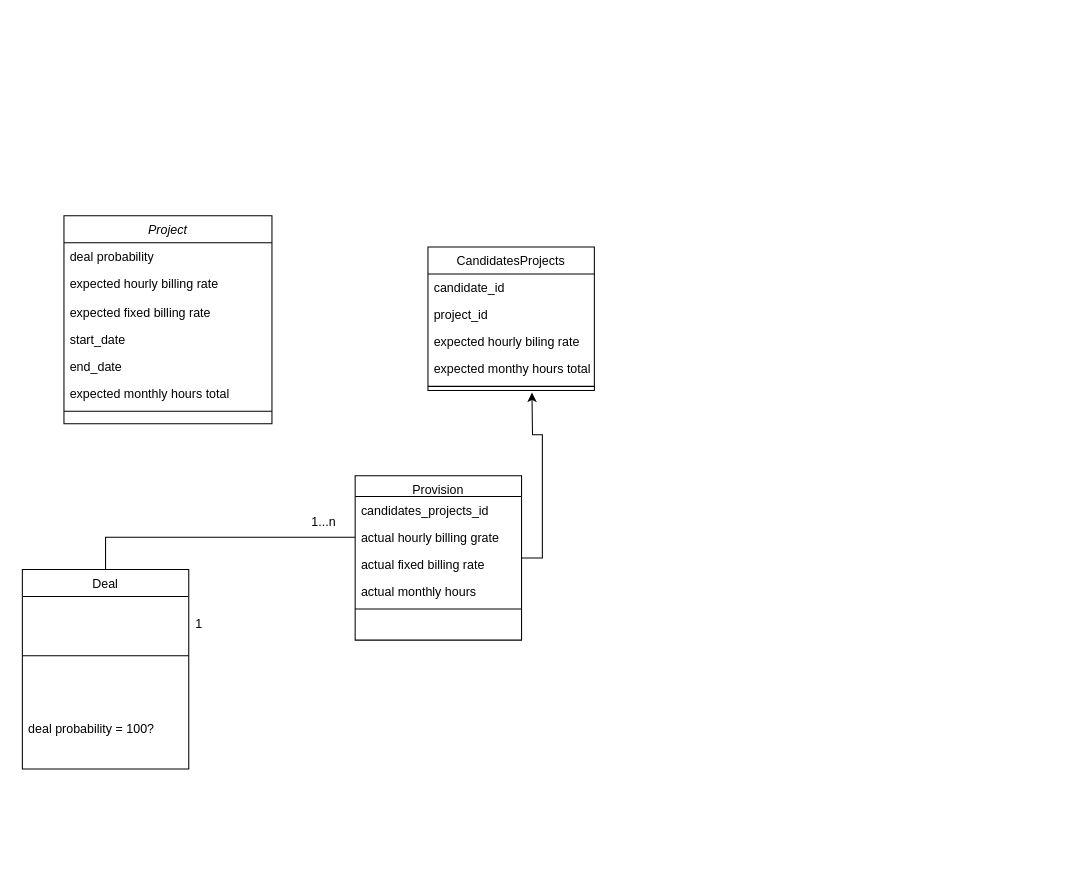
KBE-Project/diagrams keeps this draw.io diagram as Unbenanntes Diagramm.drawio. Above is the earlier version. Source tidied: cells renumbered, new cells numbered last; positions are measured from the earlier drawing's top-left corner, leaving out a move shared by most shapes. Both pictures are drawn from the tidied source at 104%, with x=0, y=0 at pixel (22, 215).
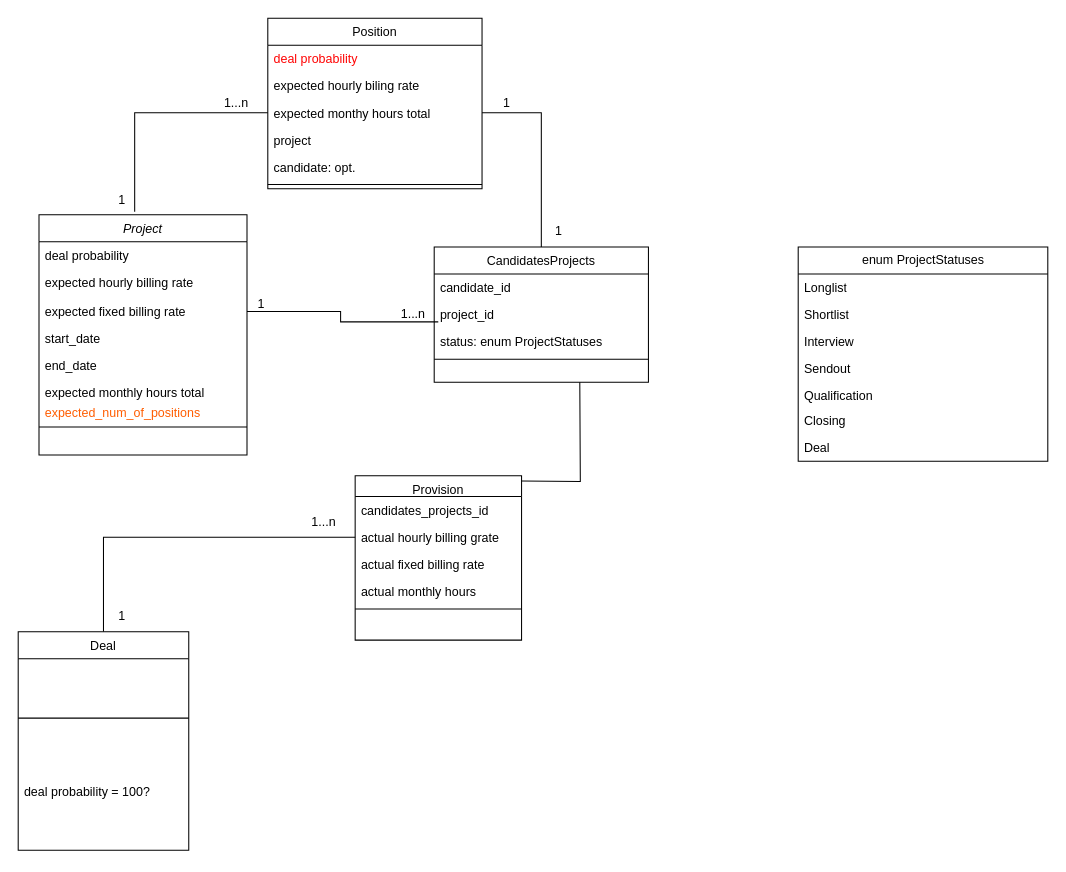
The same diagram, later.

Unchanged cells that the change refers to:
```xml
<mxCell id="5" value="expected fixed billing rate" style="text;align=left;verticalAlign=top;spacingLeft=4;spacingRight=4;overflow=hidden;points=[[0,0.5],[1,0.5]];portConstraint=eastwest;rounded=0;shadow=0;html=0;" parent="2" vertex="1">
  <mxGeometry y="80" width="200" height="26" as="geometry" />
</mxCell>
<mxCell id="21" value="Provision" style="swimlane;fontStyle=0;align=center;verticalAlign=top;horizontal=1;startSize=20;rounded=0;shadow=0;strokeWidth=1;" parent="1" vertex="1">
  <mxGeometry x="320" y="250" width="160" height="158" as="geometry" />
</mxCell>
```

Change to the diagram source:
```diff
@@
     <mxCell id="2" value="Project" style="swimlane;fontStyle=2;align=center;verticalAlign=top;horizontal=1;startSize=26;rounded=0;shadow=0;strokeWidth=1;" parent="1" vertex="1">
-      <mxGeometry x="40" width="200" height="200" as="geometry" />
+      <mxGeometry x="16" y="-1" width="200" height="231" as="geometry" />
     </mxCell>
@@
+    <mxCell id="29" value="expected_num_of_positions&#10;&#10;&#10;" style="text;align=left;verticalAlign=bottom;spacingLeft=4;spacingRight=4;overflow=hidden;rounded=0;shadow=0;html=0;fontColor=#FF5D00;" parent="2" vertex="1">
+      <mxGeometry y="184" width="200" height="16" as="geometry" />
+    </mxCell>
     <mxCell id="9" style="line;html=1;strokeWidth=1;align=left;verticalAlign=middle;spacingTop=-1;spacingLeft=3;spacingRight=3;labelPosition=right;" parent="2" vertex="1">
-      <mxGeometry y="184" width="200" height="8" as="geometry" />
+      <mxGeometry y="200" width="200" height="8" as="geometry" />
     </mxCell>
     <mxCell id="10" value="CandidatesProjects" style="swimlane;fontStyle=0;align=center;verticalAlign=top;horizontal=1;startSize=26;rounded=0;shadow=0;strokeWidth=1;" parent="1" vertex="1">
-      <mxGeometry x="390" y="30" width="160" height="138" as="geometry" />
+      <mxGeometry x="396" y="30" width="206" height="130" as="geometry" />
     </mxCell>
     <mxCell id="11" value="candidate_id" style="text;align=left;verticalAlign=top;spacingLeft=4;spacingRight=4;overflow=hidden;" parent="10" vertex="1">
-      <mxGeometry y="26" width="160" height="26" as="geometry" />
+      <mxGeometry y="26" width="206" height="26" as="geometry" />
     </mxCell>
     <mxCell id="12" value="project_id" style="text;align=left;verticalAlign=top;spacingLeft=4;spacingRight=4;overflow=hidden;points=[[0,0.5],[1,0.5]];portConstraint=eastwest;rounded=0;shadow=0;html=0;" parent="10" vertex="1">
-      <mxGeometry y="52" width="160" height="26" as="geometry" />
+      <mxGeometry y="52" width="206" height="26" as="geometry" />
     </mxCell>
-    <mxCell id="13" value="expected hourly biling rate" style="text;align=left;verticalAlign=top;spacingLeft=4;spacingRight=4;overflow=hidden;rounded=0;shadow=0;html=0;" parent="10" vertex="1">
-      <mxGeometry y="78" width="160" height="26" as="geometry" />
-    </mxCell>
-    <mxCell id="14" value="expected monthy hours total" style="text;align=left;verticalAlign=top;spacingLeft=4;spacingRight=4;overflow=hidden;points=[[0,0.5],[1,0.5]];portConstraint=eastwest;rounded=0;shadow=0;html=0;" parent="10" vertex="1">
-      <mxGeometry y="104" width="160" height="26" as="geometry" />
-    </mxCell>
+    <mxCell id="30" value="status: enum ProjectStatuses" style="text;align=left;verticalAlign=top;spacingLeft=4;spacingRight=4;overflow=hidden;" parent="10" vertex="1">
+      <mxGeometry y="78" width="206" height="26" as="geometry" />
+    </mxCell>
     <mxCell id="15" style="line;html=1;strokeWidth=1;align=left;verticalAlign=middle;spacingTop=-1;spacingLeft=3;spacingRight=3;labelPosition=right;" parent="10" vertex="1">
-      <mxGeometry y="130" width="160" height="8" as="geometry" />
+      <mxGeometry y="104" width="206" height="8" as="geometry" />
     </mxCell>
@@
     <mxCell id="17" value="Deal" style="swimlane;fontStyle=0;align=center;verticalAlign=top;horizontal=1;startSize=26;rounded=0;shadow=0;strokeWidth=1;" parent="1" vertex="1">
-      <mxGeometry y="340" width="160" height="192" as="geometry" />
+      <mxGeometry x="-4" y="400" width="164" height="210" as="geometry" />
     </mxCell>
     <mxCell id="18" style="line;html=1;strokeWidth=1;align=left;verticalAlign=middle;spacingTop=-1;spacingLeft=3;spacingRight=3;labelPosition=right;" parent="17" vertex="1">
-      <mxGeometry y="26" width="160" height="114" as="geometry" />
+      <mxGeometry y="26" width="164" height="114" as="geometry" />
     </mxCell>
     <mxCell id="19" value="deal probability = 100?" style="text;align=left;verticalAlign=top;spacingLeft=4;spacingRight=4;overflow=hidden;rounded=0;shadow=0;html=0;" parent="17" vertex="1">
-      <mxGeometry y="140" width="160" height="26" as="geometry" />
+      <mxGeometry y="140" width="164" height="70" as="geometry" />
     </mxCell>
-    <mxCell id="20" style="edgeStyle=orthogonalEdgeStyle;rounded=0;jettySize=auto;html=1;" parent="1" edge="1" source="21">
-      <mxGeometry relative="1" as="geometry">
-        <mxPoint x="490" y="170" as="targetPoint" />
-      </mxGeometry>
-    </mxCell>
@@
     <mxCell id="27" value="1" style="text;html=1;whiteSpace=wrap;strokeColor=none;fillColor=none;align=center;verticalAlign=middle;rounded=0;" parent="1" vertex="1">
-      <mxGeometry x="140" y="378" width="60" height="30" as="geometry" />
+      <mxGeometry x="66" y="370" width="60" height="30" as="geometry" />
     </mxCell>
@@
+    <mxCell id="31" style="edgeStyle=orthogonalEdgeStyle;rounded=0;jettySize=auto;html=1;entryX=0.019;entryY=0.769;entryDx=0;entryDy=0;entryPerimeter=0;endArrow=none;endFill=0;" parent="1" edge="1" source="5" target="12">
+      <mxGeometry relative="1" as="geometry" />
+    </mxCell>
+    <mxCell id="32" value="1" style="text;html=1;whiteSpace=wrap;strokeColor=none;fillColor=none;align=center;verticalAlign=middle;rounded=0;" parent="1" vertex="1">
+      <mxGeometry x="200" y="70" width="60" height="30" as="geometry" />
+    </mxCell>
+    <mxCell id="33" value="1...n" style="text;html=1;whiteSpace=wrap;strokeColor=none;fillColor=none;align=center;verticalAlign=middle;rounded=0;" parent="1" vertex="1">
+      <mxGeometry x="346" y="80" width="60" height="30" as="geometry" />
+    </mxCell>
+    <mxCell id="34" value="enum ProjectStatuses" style="swimlane;fontStyle=0;horizontal=1;startSize=26;fillColor=none;html=1;" parent="1" vertex="1">
+      <mxGeometry x="746" y="30" width="240" height="206" as="geometry" />
+    </mxCell>
+    <mxCell id="35" value="Longlist" style="text;strokeColor=none;fillColor=none;align=left;verticalAlign=top;spacingLeft=4;spacingRight=4;overflow=hidden;whiteSpace=wrap;html=1;" parent="34" vertex="1">
+      <mxGeometry y="26" width="240" height="26" as="geometry" />
+    </mxCell>
+    <mxCell id="36" value="Shortlist" style="text;strokeColor=none;fillColor=none;align=left;verticalAlign=top;spacingLeft=4;spacingRight=4;overflow=hidden;whiteSpace=wrap;html=1;" parent="34" vertex="1">
+      <mxGeometry y="52" width="240" height="26" as="geometry" />
+    </mxCell>
+    <mxCell id="37" value="Interview" style="text;strokeColor=none;fillColor=none;align=left;verticalAlign=top;spacingLeft=4;spacingRight=4;overflow=hidden;whiteSpace=wrap;html=1;" parent="34" vertex="1">
+      <mxGeometry y="78" width="240" height="26" as="geometry" />
+    </mxCell>
+    <mxCell id="38" value="Sendout" style="text;strokeColor=none;fillColor=none;align=left;verticalAlign=top;spacingLeft=4;spacingRight=4;overflow=hidden;whiteSpace=wrap;html=1;" parent="34" vertex="1">
+      <mxGeometry y="104" width="240" height="26" as="geometry" />
+    </mxCell>
+    <mxCell id="39" value="Qualification" style="text;strokeColor=none;fillColor=none;align=left;verticalAlign=top;spacingLeft=4;spacingRight=4;overflow=hidden;whiteSpace=wrap;html=1;" parent="34" vertex="1">
+      <mxGeometry y="130" width="240" height="24" as="geometry" />
+    </mxCell>
+    <mxCell id="40" value="Closing&lt;div&gt;&lt;br&gt;&lt;/div&gt;" style="text;strokeColor=none;fillColor=none;align=left;verticalAlign=top;spacingLeft=4;spacingRight=4;overflow=hidden;whiteSpace=wrap;html=1;" parent="34" vertex="1">
+      <mxGeometry y="154" width="240" height="26" as="geometry" />
+    </mxCell>
+    <mxCell id="41" value="&lt;div&gt;Deal&lt;/div&gt;" style="text;strokeColor=none;fillColor=none;align=left;verticalAlign=top;spacingLeft=4;spacingRight=4;overflow=hidden;whiteSpace=wrap;html=1;" parent="34" vertex="1">
+      <mxGeometry y="180" width="240" height="26" as="geometry" />
+    </mxCell>
+    <mxCell id="20" style="edgeStyle=orthogonalEdgeStyle;rounded=0;orthogonalLoop=1;jettySize=auto;html=1;endArrow=none;endFill=0;" parent="1" edge="1">
+      <mxGeometry relative="1" as="geometry">
+        <mxPoint x="480" y="255" as="sourcePoint" />
+        <mxPoint x="536" y="160" as="targetPoint" />
+      </mxGeometry>
+    </mxCell>
+    <mxCell id="42" value="Position" style="swimlane;fontStyle=0;align=center;verticalAlign=top;horizontal=1;startSize=26;rounded=0;shadow=0;strokeWidth=1;" parent="1" vertex="1">
+      <mxGeometry x="236" y="-190" width="206" height="164" as="geometry" />
+    </mxCell>
+    <mxCell id="43" value="deal probability" style="text;align=left;verticalAlign=top;spacingLeft=4;spacingRight=4;overflow=hidden;fontColor=#FF0303;" parent="42" vertex="1">
+      <mxGeometry y="26" width="206" height="26" as="geometry" />
+    </mxCell>
+    <mxCell id="13" value="expected hourly biling rate" style="text;align=left;verticalAlign=top;spacingLeft=4;spacingRight=4;overflow=hidden;rounded=0;shadow=0;html=0;" parent="42" vertex="1">
+      <mxGeometry y="52" width="206" height="26" as="geometry" />
+    </mxCell>
+    <mxCell id="14" value="expected monthy hours total" style="text;align=left;verticalAlign=top;spacingLeft=4;spacingRight=4;overflow=hidden;points=[[0,0.5],[1,0.5]];portConstraint=eastwest;rounded=0;shadow=0;html=0;" parent="42" vertex="1">
+      <mxGeometry y="78" width="206" height="26" as="geometry" />
+    </mxCell>
+    <mxCell id="44" value="project" style="text;align=left;verticalAlign=top;spacingLeft=4;spacingRight=4;overflow=hidden;rounded=0;shadow=0;html=0;" parent="42" vertex="1">
+      <mxGeometry y="104" width="206" height="26" as="geometry" />
+    </mxCell>
+    <mxCell id="45" value="candidate: opt." style="text;align=left;verticalAlign=top;spacingLeft=4;spacingRight=4;overflow=hidden;rounded=0;shadow=0;html=0;" parent="42" vertex="1">
+      <mxGeometry y="130" width="206" height="26" as="geometry" />
+    </mxCell>
+    <mxCell id="46" style="line;html=1;strokeWidth=1;align=left;verticalAlign=middle;spacingTop=-1;spacingLeft=3;spacingRight=3;labelPosition=right;" parent="42" vertex="1">
+      <mxGeometry y="156" width="206" height="8" as="geometry" />
+    </mxCell>
+    <mxCell id="47" style="edgeStyle=orthogonalEdgeStyle;rounded=0;jettySize=auto;html=1;entryX=0.46;entryY=-0.013;entryDx=0;entryDy=0;entryPerimeter=0;endArrow=none;endFill=0;" parent="1" edge="1" source="14" target="2">
+      <mxGeometry relative="1" as="geometry" />
+    </mxCell>
+    <mxCell id="48" value="1" style="text;html=1;whiteSpace=wrap;strokeColor=none;fillColor=none;align=center;verticalAlign=middle;rounded=0;" parent="1" vertex="1">
+      <mxGeometry x="66" y="-30" width="60" height="30" as="geometry" />
+    </mxCell>
+    <mxCell id="49" value="1...n" style="text;html=1;whiteSpace=wrap;strokeColor=none;fillColor=none;align=center;verticalAlign=middle;rounded=0;" parent="1" vertex="1">
+      <mxGeometry x="176" y="-123" width="60" height="30" as="geometry" />
+    </mxCell>
+    <mxCell id="50" style="edgeStyle=orthogonalEdgeStyle;rounded=0;jettySize=auto;html=1;endArrow=none;endFill=0;" parent="1" edge="1" source="14" target="10">
+      <mxGeometry relative="1" as="geometry" />
+    </mxCell>
+    <mxCell id="51" value="1" style="text;html=1;whiteSpace=wrap;strokeColor=none;fillColor=none;align=center;verticalAlign=middle;rounded=0;" parent="1" vertex="1">
+      <mxGeometry x="436" y="-123" width="60" height="30" as="geometry" />
+    </mxCell>
+    <mxCell id="52" value="1" style="text;html=1;whiteSpace=wrap;strokeColor=none;fillColor=none;align=center;verticalAlign=middle;rounded=0;" parent="1" vertex="1">
+      <mxGeometry x="486" width="60" height="30" as="geometry" />
+    </mxCell>
```
